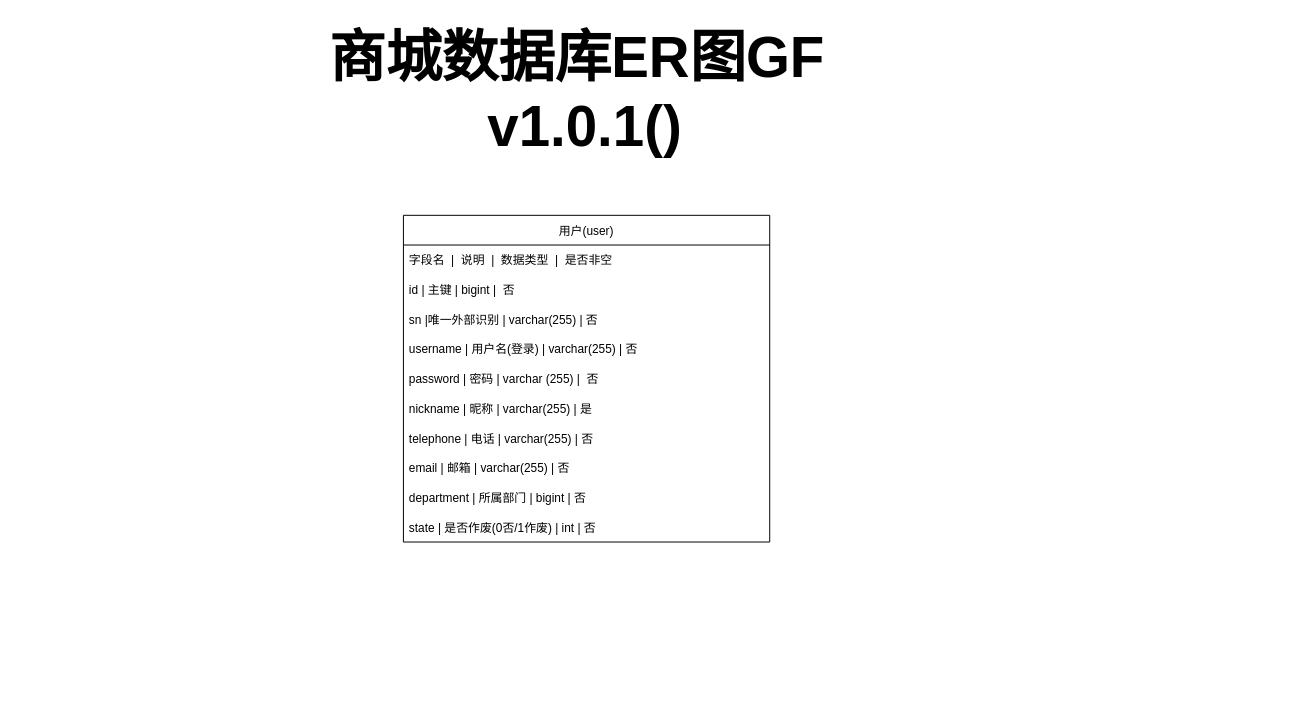
Earlier version of the draw.io diagram er/tf/会员中心.drawio (GF521123/file). Source tidied: cells renumbered, new cells numbered last; positions are measured from the earlier drawing's top-left corner, leaving out a move shared by most shapes. Both pictures are drawn from the tidied source at 99%, with x=0, y=0 at pixel (319, 17).
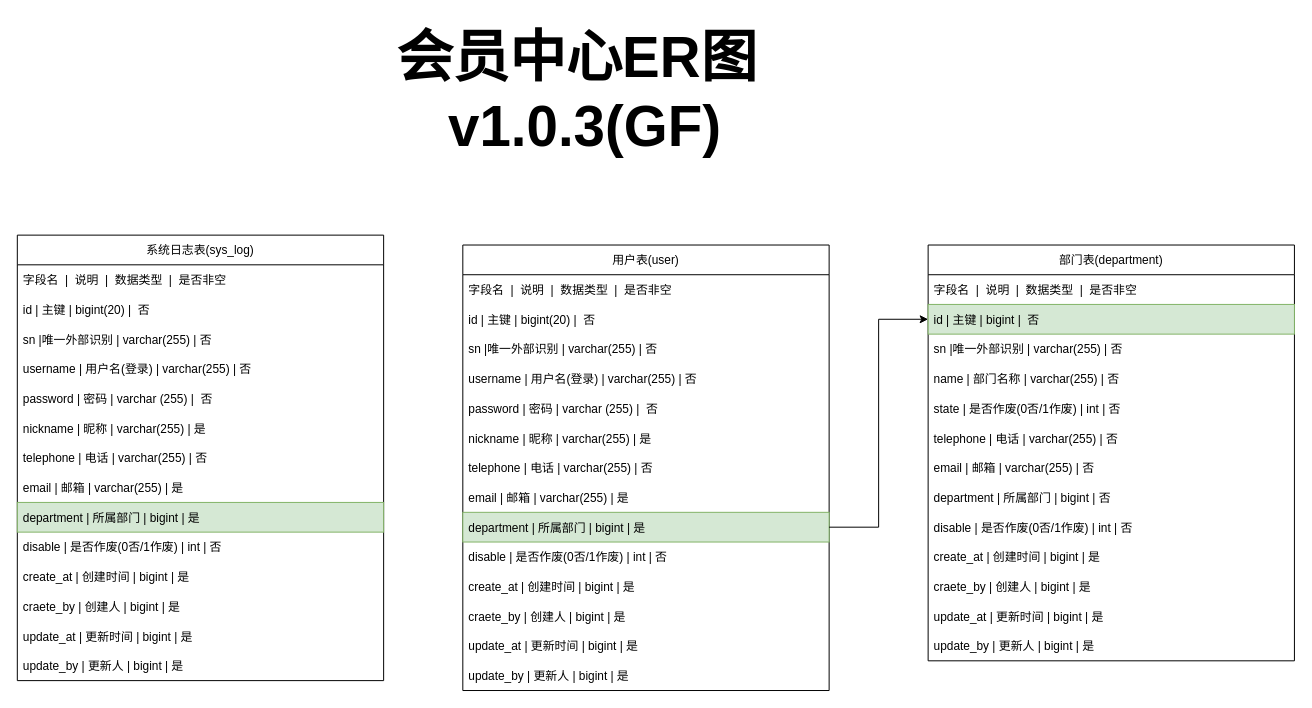
Above is the later version.

Commit message (it also covers changes not shown here):
更新会员中心.drawio

Change to the diagram source:
```diff
@@
-    <mxCell id="2" value="&lt;font size=&quot;1&quot; color=&quot;#000000&quot;&gt;&lt;b style=&quot;font-size: 57px;&quot;&gt;商城数据库ER图&lt;/b&gt;&lt;/font&gt;&lt;b style=&quot;color: rgb(0, 0, 0); font-size: 57px;&quot;&gt;GF&lt;/b&gt;&lt;font size=&quot;1&quot; color=&quot;#000000&quot;&gt;&lt;b style=&quot;font-size: 57px;&quot;&gt;&lt;br&gt;&amp;nbsp;v1.0.1()&lt;/b&gt;&lt;/font&gt;" style="text;html=1;align=center;verticalAlign=middle;strokeColor=none;fillColor=none;fontSize=13;fontColor=#CCCCCC;" parent="1" vertex="1">
-      <mxGeometry width="520" height="150" as="geometry" />
+    <mxCell id="2" value="&lt;font size=&quot;1&quot; color=&quot;#000000&quot;&gt;&lt;b style=&quot;font-size: 57px;&quot;&gt;会员中心ER图&lt;/b&gt;&lt;/font&gt;&lt;font size=&quot;1&quot; color=&quot;#000000&quot;&gt;&lt;b style=&quot;font-size: 57px;&quot;&gt;&lt;br&gt;&amp;nbsp;v1.0.3(&lt;/b&gt;&lt;/font&gt;&lt;b style=&quot;color: rgb(0, 0, 0); font-size: 57px;&quot;&gt;GF&lt;/b&gt;&lt;font size=&quot;1&quot; color=&quot;#000000&quot;&gt;&lt;b style=&quot;font-size: 57px;&quot;&gt;)&lt;/b&gt;&lt;/font&gt;" style="text;html=1;align=center;verticalAlign=middle;strokeColor=none;fillColor=none;fontSize=13;fontColor=#CCCCCC;" parent="1" vertex="1">
+      <mxGeometry x="65" width="390" height="150" as="geometry" />
     </mxCell>
-    <mxCell id="3" value="用户(user)" style="swimlane;fontStyle=0;horizontal=1;startSize=30;" parent="1" vertex="1">
-      <mxGeometry x="85" y="200" width="370" height="330" as="geometry" />
+    <mxCell id="3" value="用户表(user)" style="swimlane;fontStyle=0;horizontal=1;startSize=30;" parent="1" vertex="1">
+      <mxGeometry x="145" y="230" width="370" height="450" as="geometry" />
     </mxCell>
@@
-    <mxCell id="5" value="id | 主键 | bigint |  否" style="text;strokeColor=none;fillColor=none;align=left;verticalAlign=middle;spacingLeft=4;spacingRight=4;overflow=hidden;" parent="3" vertex="1">
+    <mxCell id="5" value="id | 主键 | bigint(20) |  否" style="text;strokeColor=none;fillColor=none;align=left;verticalAlign=middle;spacingLeft=4;spacingRight=4;overflow=hidden;" parent="3" vertex="1">
       <mxGeometry y="60" width="370" height="30" as="geometry" />
     </mxCell>
@@
-    <mxCell id="11" value="email | 邮箱 | varchar(255) | 否" style="text;strokeColor=none;fillColor=none;align=left;verticalAlign=middle;spacingLeft=4;spacingRight=4;overflow=hidden;" parent="3" vertex="1">
+    <mxCell id="11" value="email | 邮箱 | varchar(255) | 是" style="text;strokeColor=none;fillColor=none;align=left;verticalAlign=middle;spacingLeft=4;spacingRight=4;overflow=hidden;" parent="3" vertex="1">
       <mxGeometry y="240" width="370" height="30" as="geometry" />
     </mxCell>
-    <mxCell id="12" value="department | 所属部门 | bigint | 否" style="text;strokeColor=none;fillColor=none;align=left;verticalAlign=middle;spacingLeft=4;spacingRight=4;overflow=hidden;points=[[0,0.5],[1,0.5]];portConstraint=eastwest;" parent="3" vertex="1">
+    <mxCell id="12" value="department | 所属部门 | bigint | 是" style="text;strokeColor=#82b366;fillColor=#d5e8d4;align=left;verticalAlign=middle;spacingLeft=4;spacingRight=4;overflow=hidden;points=[[0,0.5],[1,0.5]];portConstraint=eastwest;" parent="3" vertex="1">
       <mxGeometry y="270" width="370" height="30" as="geometry" />
     </mxCell>
-    <mxCell id="13" value="state | 是否作废(0否/1作废) | int | 否" style="text;strokeColor=none;fillColor=none;align=left;verticalAlign=middle;spacingLeft=4;spacingRight=4;overflow=hidden;" parent="3" vertex="1">
+    <mxCell id="13" value="disable | 是否作废(0否/1作废) | int | 否" style="text;strokeColor=none;fillColor=none;align=left;verticalAlign=middle;spacingLeft=4;spacingRight=4;overflow=hidden;" parent="3" vertex="1">
       <mxGeometry y="300" width="370" height="30" as="geometry" />
     </mxCell>
+    <mxCell id="14" value="create_at | 创建时间 | bigint | 是" style="text;strokeColor=none;fillColor=none;align=left;verticalAlign=middle;spacingLeft=4;spacingRight=4;overflow=hidden;" parent="3" vertex="1">
+      <mxGeometry y="330" width="370" height="30" as="geometry" />
+    </mxCell>
+    <mxCell id="15" value="craete_by | 创建人 | bigint | 是" style="text;strokeColor=none;fillColor=none;align=left;verticalAlign=middle;spacingLeft=4;spacingRight=4;overflow=hidden;" parent="3" vertex="1">
+      <mxGeometry y="360" width="370" height="30" as="geometry" />
+    </mxCell>
+    <mxCell id="16" value="update_at | 更新时间 | bigint | 是" style="text;strokeColor=none;fillColor=none;align=left;verticalAlign=middle;spacingLeft=4;spacingRight=4;overflow=hidden;" parent="3" vertex="1">
+      <mxGeometry y="390" width="370" height="30" as="geometry" />
+    </mxCell>
+    <mxCell id="17" value="update_by | 更新人 | bigint | 是" style="text;strokeColor=none;fillColor=none;align=left;verticalAlign=middle;spacingLeft=4;spacingRight=4;overflow=hidden;" parent="3" vertex="1">
+      <mxGeometry y="420" width="370" height="30" as="geometry" />
+    </mxCell>
+    <mxCell id="18" value="部门表(department)" style="swimlane;fontStyle=0;horizontal=1;startSize=30;" parent="1" vertex="1">
+      <mxGeometry x="615" y="230" width="370" height="420" as="geometry" />
+    </mxCell>
+    <mxCell id="19" value="字段名  |  说明  |  数据类型  |  是否非空" style="text;strokeColor=none;fillColor=none;align=left;verticalAlign=middle;spacingLeft=4;spacingRight=4;overflow=hidden;" parent="18" vertex="1">
+      <mxGeometry y="30" width="370" height="30" as="geometry" />
+    </mxCell>
+    <mxCell id="20" value="id | 主键 | bigint |  否" style="text;strokeColor=#82b366;fillColor=#d5e8d4;align=left;verticalAlign=middle;spacingLeft=4;spacingRight=4;overflow=hidden;points=[[0,0.5],[1,0.5]];portConstraint=eastwest;" parent="18" vertex="1">
+      <mxGeometry y="60" width="370" height="30" as="geometry" />
+    </mxCell>
+    <mxCell id="21" value="sn |唯一外部识别 | varchar(255) | 否" style="text;strokeColor=none;fillColor=none;align=left;verticalAlign=middle;spacingLeft=4;spacingRight=4;overflow=hidden;" parent="18" vertex="1">
+      <mxGeometry y="90" width="370" height="30" as="geometry" />
+    </mxCell>
+    <mxCell id="22" value="name | 部门名称 | varchar(255) | 否" style="text;strokeColor=none;fillColor=none;align=left;verticalAlign=middle;spacingLeft=4;spacingRight=4;overflow=hidden;" parent="18" vertex="1">
+      <mxGeometry y="120" width="370" height="30" as="geometry" />
+    </mxCell>
+    <mxCell id="23" value="state | 是否作废(0否/1作废) | int | 否" style="text;strokeColor=none;fillColor=none;align=left;verticalAlign=middle;spacingLeft=4;spacingRight=4;overflow=hidden;" parent="18" vertex="1">
+      <mxGeometry y="150" width="370" height="30" as="geometry" />
+    </mxCell>
+    <mxCell id="24" value="telephone | 电话 | varchar(255) | 否" style="text;strokeColor=none;fillColor=none;align=left;verticalAlign=middle;spacingLeft=4;spacingRight=4;overflow=hidden;" parent="18" vertex="1">
+      <mxGeometry y="180" width="370" height="30" as="geometry" />
+    </mxCell>
+    <mxCell id="25" value="email | 邮箱 | varchar(255) | 否" style="text;strokeColor=none;fillColor=none;align=left;verticalAlign=middle;spacingLeft=4;spacingRight=4;overflow=hidden;" parent="18" vertex="1">
+      <mxGeometry y="210" width="370" height="30" as="geometry" />
+    </mxCell>
+    <mxCell id="26" value="department | 所属部门 | bigint | 否" style="text;strokeColor=none;fillColor=none;align=left;verticalAlign=middle;spacingLeft=4;spacingRight=4;overflow=hidden;" parent="18" vertex="1">
+      <mxGeometry y="240" width="370" height="30" as="geometry" />
+    </mxCell>
+    <mxCell id="27" value="disable | 是否作废(0否/1作废) | int | 否" style="text;strokeColor=none;fillColor=none;align=left;verticalAlign=middle;spacingLeft=4;spacingRight=4;overflow=hidden;" parent="18" vertex="1">
+      <mxGeometry y="270" width="370" height="30" as="geometry" />
+    </mxCell>
+    <mxCell id="28" value="create_at | 创建时间 | bigint | 是" style="text;strokeColor=none;fillColor=none;align=left;verticalAlign=middle;spacingLeft=4;spacingRight=4;overflow=hidden;" parent="18" vertex="1">
+      <mxGeometry y="300" width="370" height="30" as="geometry" />
+    </mxCell>
+    <mxCell id="29" value="craete_by | 创建人 | bigint | 是" style="text;strokeColor=none;fillColor=none;align=left;verticalAlign=middle;spacingLeft=4;spacingRight=4;overflow=hidden;" parent="18" vertex="1">
+      <mxGeometry y="330" width="370" height="30" as="geometry" />
+    </mxCell>
+    <mxCell id="30" value="update_at | 更新时间 | bigint | 是" style="text;strokeColor=none;fillColor=none;align=left;verticalAlign=middle;spacingLeft=4;spacingRight=4;overflow=hidden;" parent="18" vertex="1">
+      <mxGeometry y="360" width="370" height="30" as="geometry" />
+    </mxCell>
+    <mxCell id="31" value="update_by | 更新人 | bigint | 是" style="text;strokeColor=none;fillColor=none;align=left;verticalAlign=middle;spacingLeft=4;spacingRight=4;overflow=hidden;" parent="18" vertex="1">
+      <mxGeometry y="390" width="370" height="30" as="geometry" />
+    </mxCell>
+    <mxCell id="32" style="edgeStyle=orthogonalEdgeStyle;rounded=0;jettySize=auto;html=1;" parent="1" edge="1" source="12" target="20">
+      <mxGeometry relative="1" as="geometry" />
+    </mxCell>
+    <mxCell id="33" value="系统日志表(sys_log)" style="swimlane;fontStyle=0;horizontal=1;startSize=30;" parent="1" vertex="1">
+      <mxGeometry x="-305" y="220" width="370" height="450" as="geometry" />
+    </mxCell>
+    <mxCell id="34" value="字段名  |  说明  |  数据类型  |  是否非空" style="text;strokeColor=none;fillColor=none;align=left;verticalAlign=middle;spacingLeft=4;spacingRight=4;overflow=hidden;" parent="33" vertex="1">
+      <mxGeometry y="30" width="370" height="30" as="geometry" />
+    </mxCell>
+    <mxCell id="35" value="id | 主键 | bigint(20) |  否" style="text;strokeColor=none;fillColor=none;align=left;verticalAlign=middle;spacingLeft=4;spacingRight=4;overflow=hidden;" parent="33" vertex="1">
+      <mxGeometry y="60" width="370" height="30" as="geometry" />
+    </mxCell>
+    <mxCell id="36" value="sn |唯一外部识别 | varchar(255) | 否" style="text;strokeColor=none;fillColor=none;align=left;verticalAlign=middle;spacingLeft=4;spacingRight=4;overflow=hidden;" parent="33" vertex="1">
+      <mxGeometry y="90" width="370" height="30" as="geometry" />
+    </mxCell>
+    <mxCell id="37" value="username | 用户名(登录) | varchar(255) | 否  " style="text;strokeColor=none;fillColor=none;align=left;verticalAlign=middle;spacingLeft=4;spacingRight=4;overflow=hidden;" parent="33" vertex="1">
+      <mxGeometry y="120" width="370" height="30" as="geometry" />
+    </mxCell>
+    <mxCell id="38" value="password | 密码 | varchar (255) |  否" style="text;strokeColor=none;fillColor=none;align=left;verticalAlign=middle;spacingLeft=4;spacingRight=4;overflow=hidden;" parent="33" vertex="1">
+      <mxGeometry y="150" width="370" height="30" as="geometry" />
+    </mxCell>
+    <mxCell id="39" value="nickname | 昵称 | varchar(255) | 是" style="text;strokeColor=none;fillColor=none;align=left;verticalAlign=middle;spacingLeft=4;spacingRight=4;overflow=hidden;" parent="33" vertex="1">
+      <mxGeometry y="180" width="370" height="30" as="geometry" />
+    </mxCell>
+    <mxCell id="40" value="telephone | 电话 | varchar(255) | 否" style="text;strokeColor=none;fillColor=none;align=left;verticalAlign=middle;spacingLeft=4;spacingRight=4;overflow=hidden;" parent="33" vertex="1">
+      <mxGeometry y="210" width="370" height="30" as="geometry" />
+    </mxCell>
+    <mxCell id="41" value="email | 邮箱 | varchar(255) | 是" style="text;strokeColor=none;fillColor=none;align=left;verticalAlign=middle;spacingLeft=4;spacingRight=4;overflow=hidden;" parent="33" vertex="1">
+      <mxGeometry y="240" width="370" height="30" as="geometry" />
+    </mxCell>
+    <mxCell id="42" value="department | 所属部门 | bigint | 是" style="text;strokeColor=#82b366;fillColor=#d5e8d4;align=left;verticalAlign=middle;spacingLeft=4;spacingRight=4;overflow=hidden;" parent="33" vertex="1">
+      <mxGeometry y="270" width="370" height="30" as="geometry" />
+    </mxCell>
+    <mxCell id="43" value="disable | 是否作废(0否/1作废) | int | 否" style="text;strokeColor=none;fillColor=none;align=left;verticalAlign=middle;spacingLeft=4;spacingRight=4;overflow=hidden;" parent="33" vertex="1">
+      <mxGeometry y="300" width="370" height="30" as="geometry" />
+    </mxCell>
+    <mxCell id="44" value="create_at | 创建时间 | bigint | 是" style="text;strokeColor=none;fillColor=none;align=left;verticalAlign=middle;spacingLeft=4;spacingRight=4;overflow=hidden;" parent="33" vertex="1">
+      <mxGeometry y="330" width="370" height="30" as="geometry" />
+    </mxCell>
+    <mxCell id="45" value="craete_by | 创建人 | bigint | 是" style="text;strokeColor=none;fillColor=none;align=left;verticalAlign=middle;spacingLeft=4;spacingRight=4;overflow=hidden;" parent="33" vertex="1">
+      <mxGeometry y="360" width="370" height="30" as="geometry" />
+    </mxCell>
+    <mxCell id="46" value="update_at | 更新时间 | bigint | 是" style="text;strokeColor=none;fillColor=none;align=left;verticalAlign=middle;spacingLeft=4;spacingRight=4;overflow=hidden;" parent="33" vertex="1">
+      <mxGeometry y="390" width="370" height="30" as="geometry" />
+    </mxCell>
+    <mxCell id="47" value="update_by | 更新人 | bigint | 是" style="text;strokeColor=none;fillColor=none;align=left;verticalAlign=middle;spacingLeft=4;spacingRight=4;overflow=hidden;" parent="33" vertex="1">
+      <mxGeometry y="420" width="370" height="30" as="geometry" />
+    </mxCell>
```
